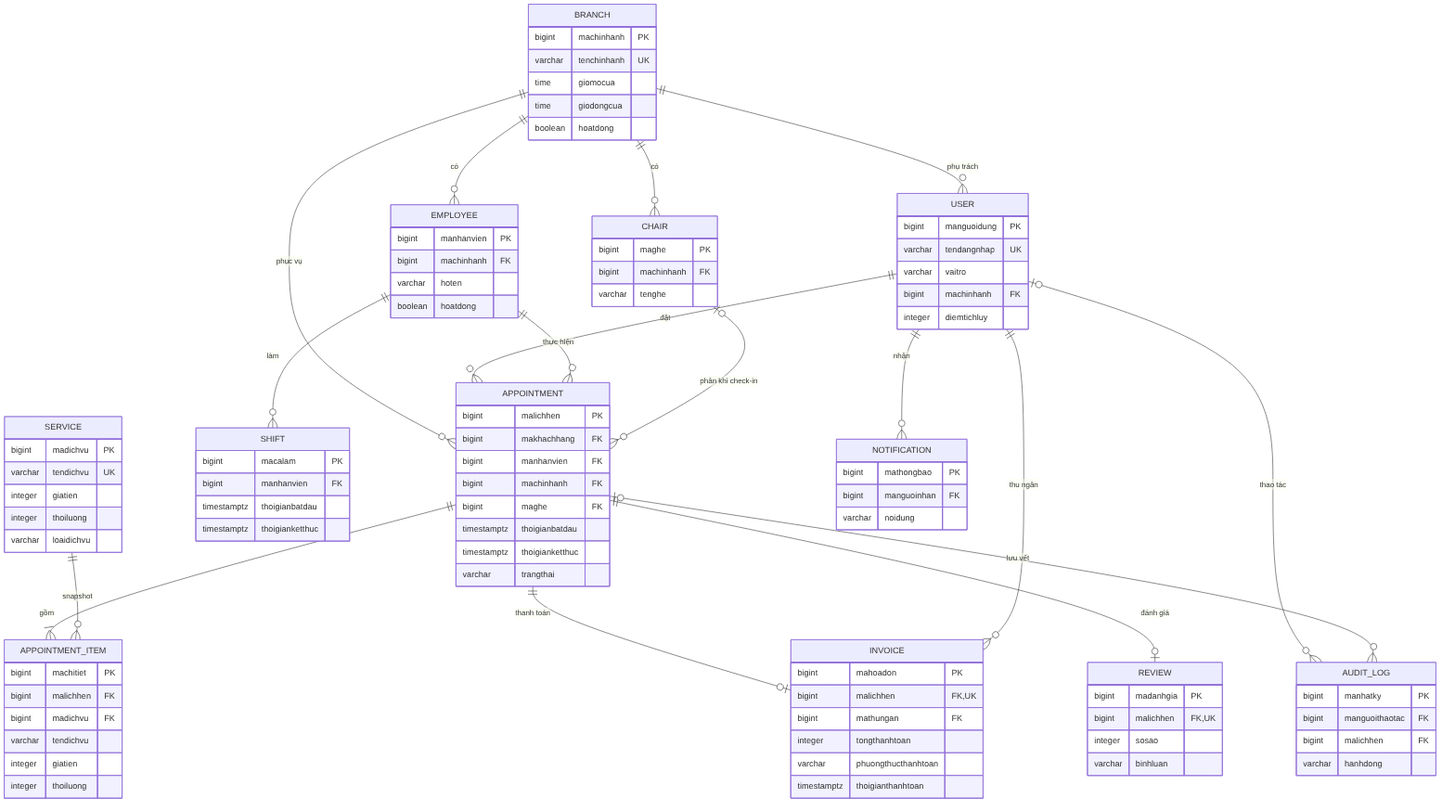
This is docs/diagrams/02-er.png from tunato2807-del/ptpmhdtuong, a Mermaid export, as it was before one commit. Its source is kept beside it as docs/diagrams/02-er.mmd.
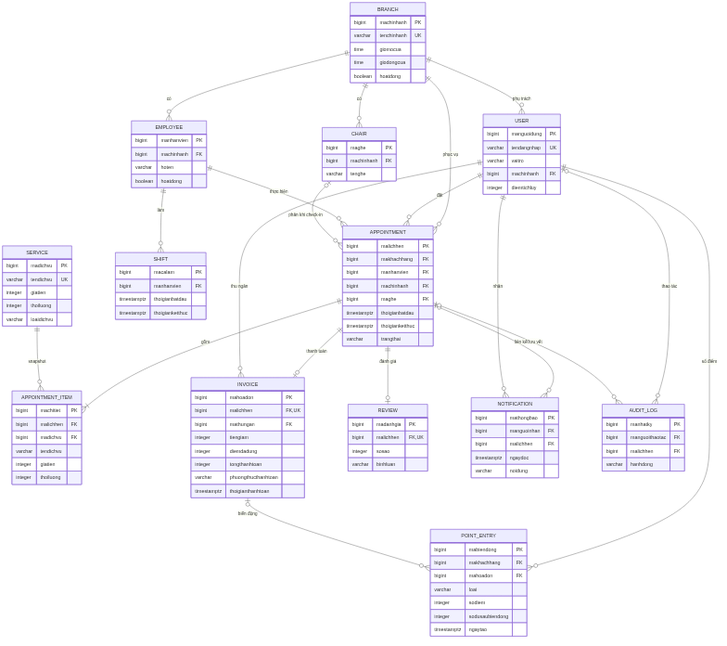
The same file after the commit.

The edit, as a diff of the source:
```diff
@@ -12,6 +12,9 @@
     APPOINTMENT ||--o| INVOICE : "thanh toán"
     APPOINTMENT ||--o| REVIEW : "đánh giá"
     USER ||--o{ INVOICE : "thu ngân"
+    USER ||--o{ POINT_ENTRY : "sổ điểm"
+    INVOICE o|--o{ POINT_ENTRY : "biến động"
+    APPOINTMENT o|--o{ NOTIFICATION : "liên kết"
     USER ||--o{ NOTIFICATION : "nhận"
     USER o|--o{ AUDIT_LOG : "thao tác"
     APPOINTMENT o|--o{ AUDIT_LOG : "lưu vết"
@@ -75,6 +78,8 @@
       bigint mahoadon PK
       bigint malichhen FK,UK
       bigint mathungan FK
+      integer tiengiam
+      integer diemdadung
       integer tongthanhtoan
       varchar phuongthucthanhtoan
       timestamptz thoigianthanhtoan
@@ -88,6 +93,8 @@
     NOTIFICATION {
       bigint mathongbao PK
       bigint manguoinhan FK
+      bigint malichhen FK
+      timestamptz ngaydoc
       varchar noidung
     }
     AUDIT_LOG {
@@ -96,3 +103,12 @@
       bigint malichhen FK
       varchar hanhdong
     }
+    POINT_ENTRY {
+      bigint mabiendong PK
+      bigint makhachhang FK
+      bigint mahoadon FK
+      varchar loai
+      integer sodiem
+      integer sodusaubiendong
+      timestamptz ngaytao
+    }
```
